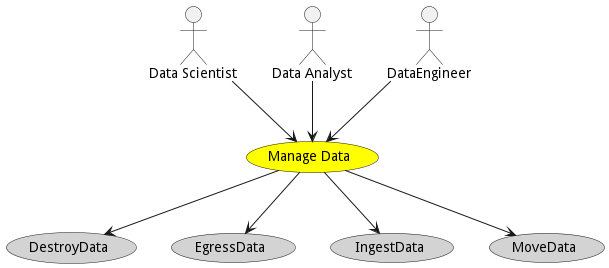
The PlantUML diagram docs/edgemere/diml/cds/usecases/managedata/Activities.png in madajaju/edgemere, before a commit.
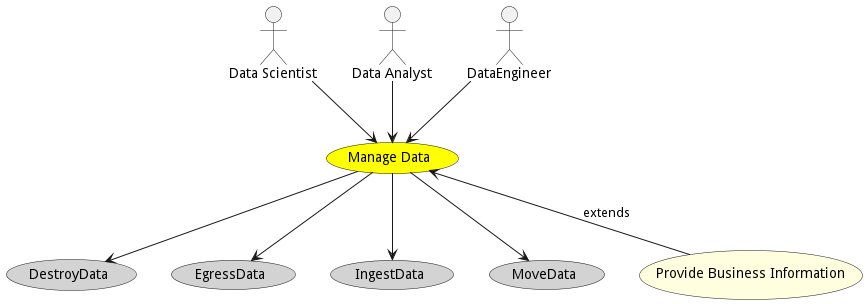
After the commit.

The edit, as a diff of the source:
```diff
@@ -35,6 +35,10 @@
 
 
 
+usecase "Provide Business Information" as ProvideBusinessInformation #lightyellow
+
+ManageData <-- ProvideBusinessInformation : extends
+
 
 
 
```
